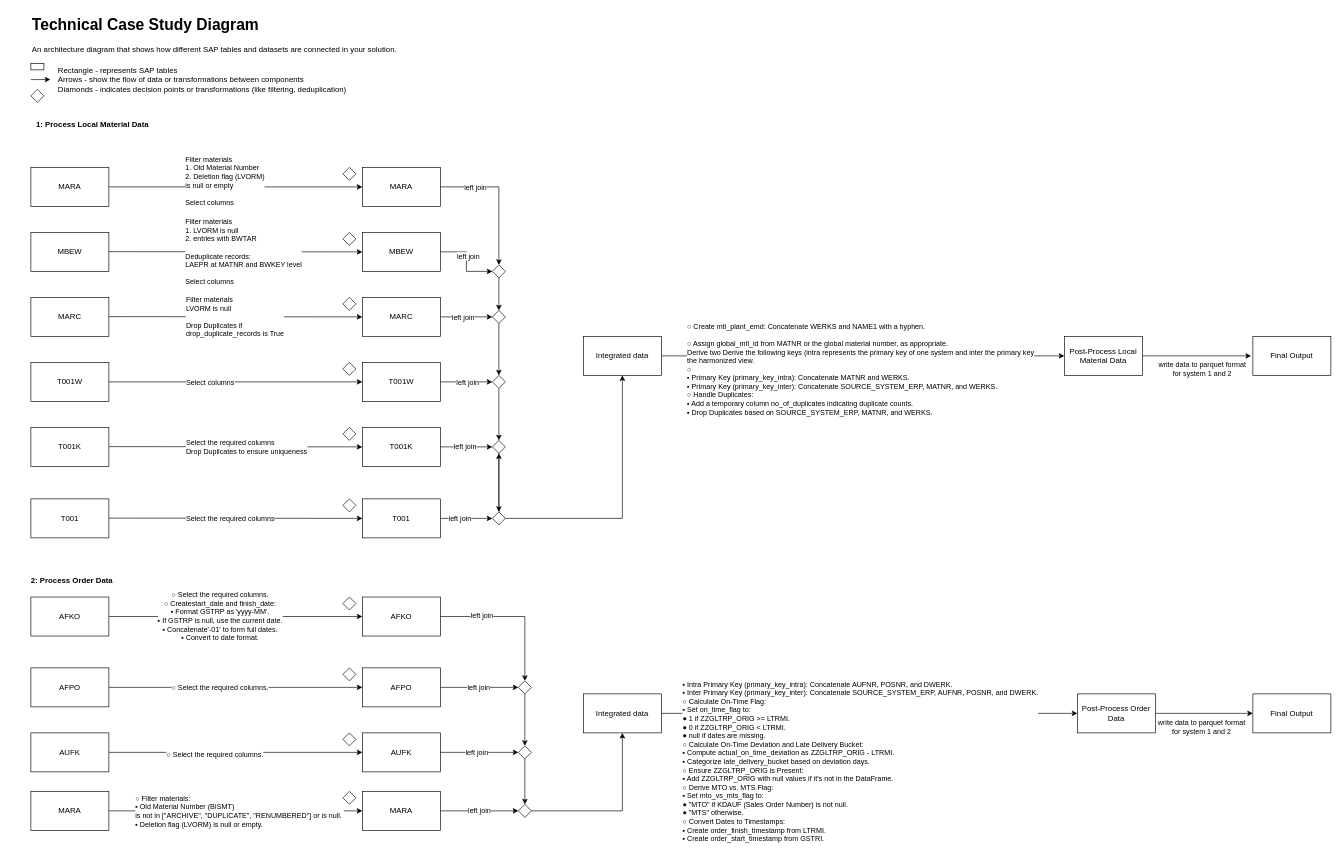
1asementsov/technical-case-study keeps this draw.io diagram as technical-case-study-solution/technical-case-study.drawio. Above is the earlier version. Source tidied: cells renumbered, new cells numbered last; positions are measured from the earlier drawing's top-left corner, leaving out a move shared by most shapes. Both pictures are drawn from the tidied source at 65%, with x=0, y=0 at pixel (11, 11).
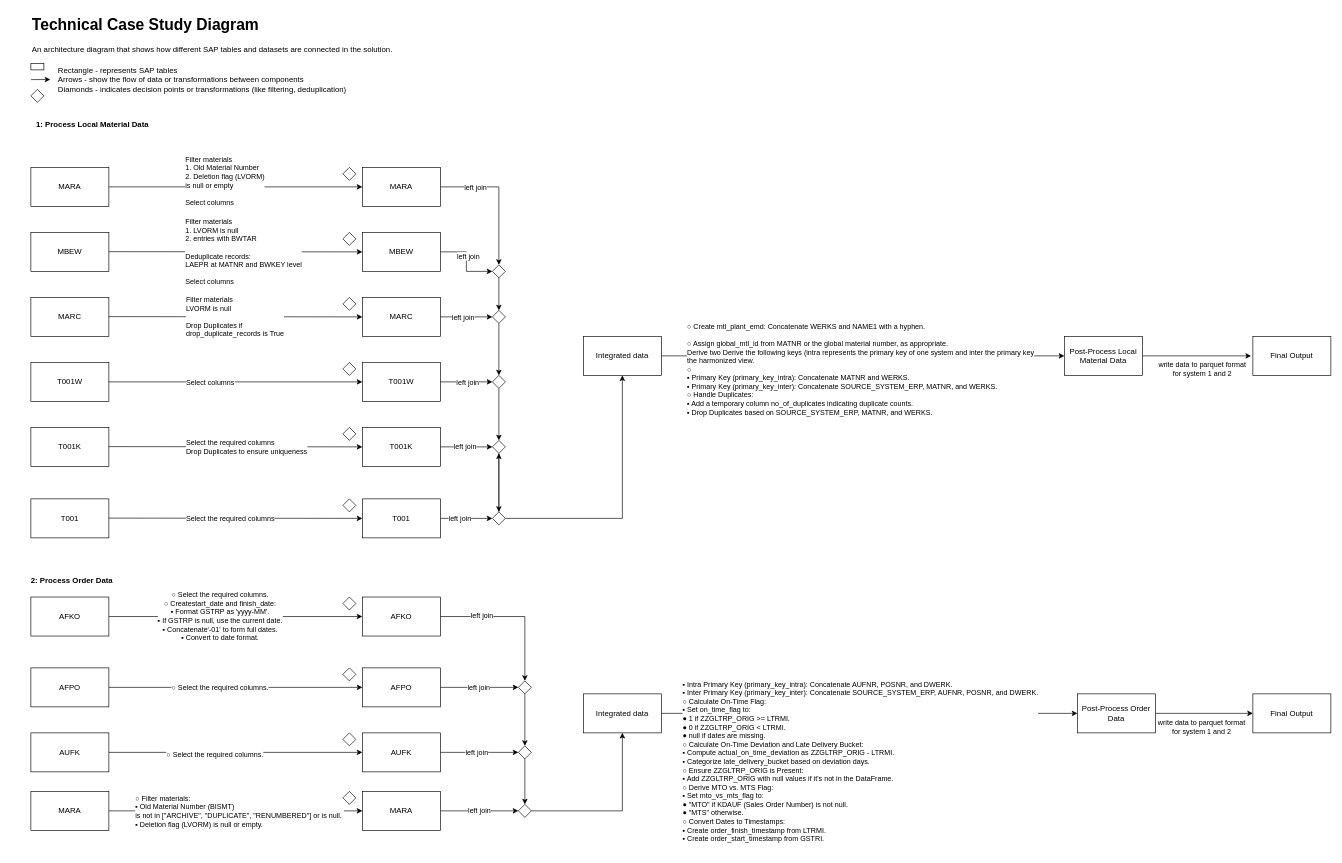
Above is the later version.

Change to the diagram source:
```diff
@@
-    <mxCell id="3" value="&lt;h1 style=&quot;margin-top: 0px;&quot;&gt;Technical Case Study Diagram&lt;/h1&gt;&lt;p&gt;An architecture diagram that shows how different SAP tables and datasets are connected in your solution.&lt;br&gt;&lt;br&gt;&lt;/p&gt;" style="text;html=1;whiteSpace=wrap;overflow=hidden;rounded=0;" parent="1" vertex="1">
+    <mxCell id="3" value="&lt;h1 style=&quot;margin-top: 0px;&quot;&gt;Technical Case Study Diagram&lt;/h1&gt;&lt;p&gt;An architecture diagram that shows how different SAP tables and datasets are connected in the solution.&lt;br&gt;&lt;br&gt;&lt;/p&gt;" style="text;html=1;whiteSpace=wrap;overflow=hidden;rounded=0;" parent="1" vertex="1">
       <mxGeometry x="30" width="600" height="120" as="geometry" />
     </mxCell>
```
